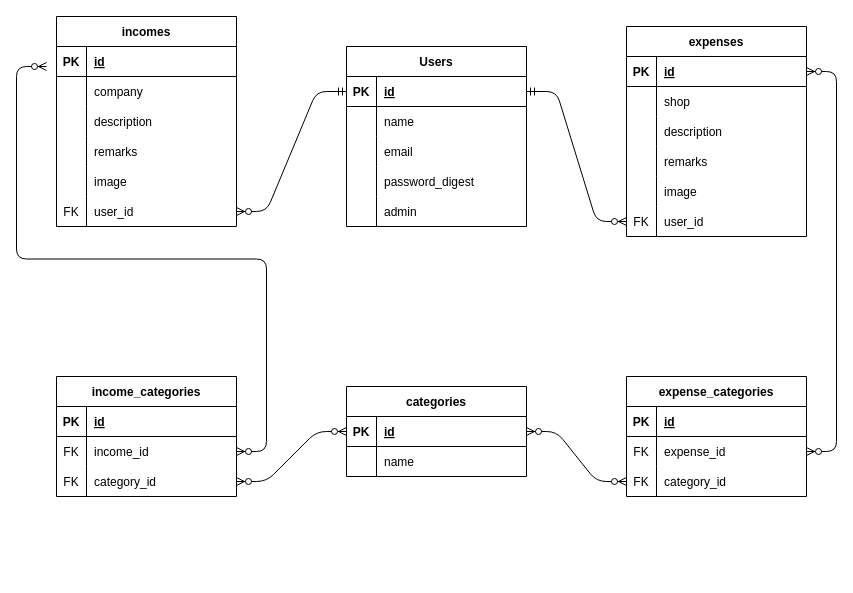
Above: docs/er_diagram.drawio in KeiSuzukiNishi/shared_household_account_book (draw.io), before the change. Source tidied: cells renumbered, new cells numbered last; positions are measured from the earlier drawing's top-left corner, leaving out a move shared by most shapes. Both pictures are drawn from the tidied source at 100%, with x=0, y=0 at pixel (46, 16).
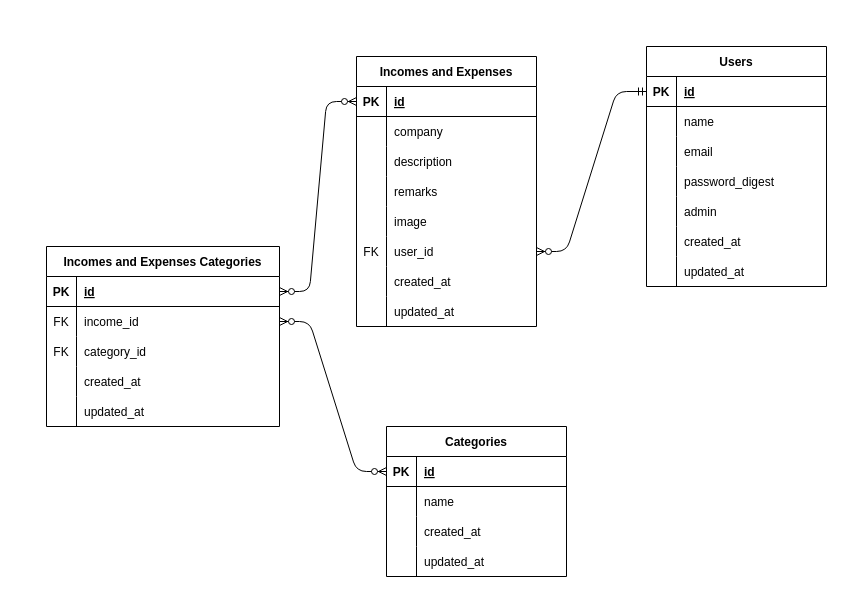
The same diagram, later.

Unchanged cells that the change refers to:
```xml
<mxCell id="3" style="shape=tableRow;horizontal=0;startSize=0;swimlaneHead=0;swimlaneBody=0;fillColor=none;points=[[0,0.5],[1,0.5]];portConstraint=eastwest;top=0;left=0;right=0;bottom=1;" parent="2" vertex="1">
  <mxGeometry y="30" width="180" height="30" as="geometry" />
</mxCell>
<mxCell id="20" style="shape=tableRow;horizontal=0;startSize=0;swimlaneHead=0;swimlaneBody=0;fillColor=none;points=[[0,0.5],[1,0.5]];portConstraint=eastwest;top=0;left=0;right=0;bottom=1;shadow=0;" parent="19" vertex="1">
  <mxGeometry y="30" width="180" height="30" as="geometry" />
</mxCell>
<mxCell id="27" style="shape=tableRow;horizontal=0;startSize=0;swimlaneHead=0;swimlaneBody=0;fillColor=none;points=[[0,0.5],[1,0.5]];portConstraint=eastwest;top=0;left=0;right=0;bottom=1;shadow=0;" parent="26" vertex="1">
  <mxGeometry y="30" width="180" height="30" as="geometry" />
</mxCell>
<mxCell id="42" style="shape=tableRow;horizontal=0;startSize=0;swimlaneHead=0;swimlaneBody=0;fillColor=none;points=[[0,0.5],[1,0.5]];portConstraint=eastwest;top=0;left=0;right=0;bottom=0;shadow=0;" parent="26" vertex="1">
  <mxGeometry y="180" width="180" height="30" as="geometry" />
</mxCell>
```

The edit, as a diff of the source:
```diff
@@
     <mxCell id="2" value="Users" style="shape=table;startSize=30;childLayout=tableLayout;rowLines=0;fontStyle=1;align=center;shadow=0;swimlaneLine=1;" parent="1" vertex="1">
-      <mxGeometry x="300" y="30" width="180" height="180" as="geometry" />
+      <mxGeometry x="600" y="30" width="180" height="240" as="geometry" />
     </mxCell>
@@
+    <mxCell id="90" style="shape=tableRow;horizontal=0;startSize=0;swimlaneHead=0;swimlaneBody=0;fillColor=none;top=0;left=0;right=0;bottom=0;" parent="2" vertex="1">
+      <mxGeometry y="180" width="180" height="30" as="geometry" />
+    </mxCell>
+    <mxCell id="91" style="shape=partialRectangle;fillColor=none;top=0;left=0;bottom=0;right=0;overflow=hidden;" parent="90" vertex="1">
+      <mxGeometry width="30" height="30" as="geometry" />
+    </mxCell>
+    <mxCell id="92" value="created_at" style="shape=partialRectangle;fillColor=none;top=0;left=0;bottom=0;right=0;align=left;spacingLeft=6;overflow=hidden;" parent="90" vertex="1">
+      <mxGeometry x="30" width="150" height="30" as="geometry" />
+    </mxCell>
+    <mxCell id="93" style="shape=tableRow;horizontal=0;startSize=0;swimlaneHead=0;swimlaneBody=0;fillColor=none;top=0;left=0;right=0;bottom=0;" parent="2" vertex="1">
+      <mxGeometry y="210" width="180" height="30" as="geometry" />
+    </mxCell>
+    <mxCell id="94" style="shape=partialRectangle;fillColor=none;top=0;left=0;bottom=0;right=0;overflow=hidden;" parent="93" vertex="1">
+      <mxGeometry width="30" height="30" as="geometry" />
+    </mxCell>
+    <mxCell id="95" value="updated_at" style="shape=partialRectangle;fillColor=none;top=0;left=0;bottom=0;right=0;align=left;spacingLeft=6;overflow=hidden;" parent="93" vertex="1">
+      <mxGeometry x="30" width="150" height="30" as="geometry" />
+    </mxCell>
@@
-    <mxCell id="19" value="categories" style="shape=table;startSize=30;childLayout=tableLayout;rowLines=0;fontStyle=1;align=center;shadow=0;" parent="1" vertex="1">
-      <mxGeometry x="300" y="370" width="180" height="90" as="geometry" />
+    <mxCell id="19" value="Categories" style="shape=table;startSize=30;childLayout=tableLayout;rowLines=0;fontStyle=1;align=center;shadow=0;" parent="1" vertex="1">
+      <mxGeometry x="340" y="410" width="180" height="150" as="geometry" />
     </mxCell>
@@
+    <mxCell id="96" style="shape=tableRow;horizontal=0;startSize=0;swimlaneHead=0;swimlaneBody=0;fillColor=none;top=0;left=0;right=0;bottom=0;shadow=0;" parent="19" vertex="1">
+      <mxGeometry y="90" width="180" height="30" as="geometry" />
+    </mxCell>
+    <mxCell id="97" style="shape=partialRectangle;fillColor=none;top=0;left=0;bottom=0;right=0;overflow=hidden;shadow=0;" parent="96" vertex="1">
+      <mxGeometry width="30" height="30" as="geometry" />
+    </mxCell>
+    <mxCell id="98" value="created_at" style="shape=partialRectangle;fillColor=none;top=0;left=0;bottom=0;right=0;align=left;spacingLeft=6;overflow=hidden;shadow=0;" parent="96" vertex="1">
+      <mxGeometry x="30" width="150" height="30" as="geometry" />
+    </mxCell>
+    <mxCell id="65" style="shape=tableRow;horizontal=0;startSize=0;swimlaneHead=0;swimlaneBody=0;fillColor=none;top=0;left=0;right=0;bottom=0;shadow=0;" parent="19" vertex="1">
+      <mxGeometry y="120" width="180" height="30" as="geometry" />
+    </mxCell>
+    <mxCell id="99" style="shape=partialRectangle;fillColor=none;top=0;left=0;bottom=0;right=0;overflow=hidden;shadow=0;" parent="65" vertex="1">
+      <mxGeometry width="30" height="30" as="geometry" />
+    </mxCell>
+    <mxCell id="100" value="updated_at" style="shape=partialRectangle;fillColor=none;top=0;left=0;bottom=0;right=0;align=left;spacingLeft=6;overflow=hidden;shadow=0;" parent="65" vertex="1">
+      <mxGeometry x="30" width="150" height="30" as="geometry" />
+    </mxCell>
-    <mxCell id="26" value="incomes" style="shape=table;startSize=30;childLayout=tableLayout;rowLines=0;fontStyle=1;align=center;shadow=0;" parent="1" vertex="1">
-      <mxGeometry x="10" width="180" height="210" as="geometry" />
+    <mxCell id="26" value="Incomes and Expenses" style="shape=table;startSize=30;childLayout=tableLayout;rowLines=0;fontStyle=1;align=center;shadow=0;" parent="1" vertex="1">
+      <mxGeometry x="310" y="40" width="180" height="270" as="geometry" />
     </mxCell>
@@
-    <mxCell id="45" value="income_categories" style="shape=table;startSize=30;childLayout=tableLayout;rowLines=0;fontStyle=1;align=center;shadow=0;" parent="1" vertex="1">
-      <mxGeometry x="10" y="360" width="180" height="120" as="geometry" />
-    </mxCell>
-    <mxCell id="46" style="shape=tableRow;horizontal=0;startSize=0;swimlaneHead=0;swimlaneBody=0;fillColor=none;top=0;left=0;right=0;bottom=1;shadow=0;" parent="45" vertex="1">
-      <mxGeometry y="30" width="180" height="30" as="geometry" />
-    </mxCell>
-    <mxCell id="47" value="PK" style="shape=partialRectangle;fillColor=none;top=0;left=0;bottom=0;right=0;fontStyle=1;overflow=hidden;shadow=0;" parent="46" vertex="1">
-      <mxGeometry width="30" height="30" as="geometry" />
-    </mxCell>
-    <mxCell id="48" value="id" style="shape=partialRectangle;fillColor=none;top=0;left=0;bottom=0;right=0;align=left;spacingLeft=6;fontStyle=5;overflow=hidden;shadow=0;" parent="46" vertex="1">
-      <mxGeometry x="30" width="150" height="30" as="geometry" />
-    </mxCell>
-    <mxCell id="49" style="shape=tableRow;horizontal=0;startSize=0;swimlaneHead=0;swimlaneBody=0;fillColor=none;points=[[0,0.5],[1,0.5]];portConstraint=eastwest;top=0;left=0;right=0;bottom=0;shadow=0;" parent="45" vertex="1">
-      <mxGeometry y="60" width="180" height="30" as="geometry" />
-    </mxCell>
-    <mxCell id="50" value="FK" style="shape=partialRectangle;fillColor=none;top=0;left=0;bottom=0;right=0;overflow=hidden;shadow=0;" parent="49" vertex="1">
-      <mxGeometry width="30" height="30" as="geometry" />
-    </mxCell>
+    <mxCell id="101" style="shape=tableRow;horizontal=0;startSize=0;swimlaneHead=0;swimlaneBody=0;fillColor=none;top=0;left=0;right=0;bottom=0;shadow=0;" parent="26" vertex="1">
+      <mxGeometry y="210" width="180" height="30" as="geometry" />
+    </mxCell>
+    <mxCell id="102" style="shape=partialRectangle;fillColor=none;top=0;left=0;bottom=0;right=0;overflow=hidden;shadow=0;" parent="101" vertex="1">
+      <mxGeometry width="30" height="30" as="geometry" />
+    </mxCell>
+    <mxCell id="103" value="created_at" style="shape=partialRectangle;fillColor=none;top=0;left=0;bottom=0;right=0;align=left;spacingLeft=6;overflow=hidden;shadow=0;" parent="101" vertex="1">
+      <mxGeometry x="30" width="150" height="30" as="geometry" />
+    </mxCell>
+    <mxCell id="104" style="shape=tableRow;horizontal=0;startSize=0;swimlaneHead=0;swimlaneBody=0;fillColor=none;top=0;left=0;right=0;bottom=0;shadow=0;" parent="26" vertex="1">
+      <mxGeometry y="240" width="180" height="30" as="geometry" />
+    </mxCell>
+    <mxCell id="105" style="shape=partialRectangle;fillColor=none;top=0;left=0;bottom=0;right=0;overflow=hidden;shadow=0;" parent="104" vertex="1">
+      <mxGeometry width="30" height="30" as="geometry" />
+    </mxCell>
+    <mxCell id="106" value="updated_at" style="shape=partialRectangle;fillColor=none;top=0;left=0;bottom=0;right=0;align=left;spacingLeft=6;overflow=hidden;shadow=0;" parent="104" vertex="1">
+      <mxGeometry x="30" width="150" height="30" as="geometry" />
+    </mxCell>
+    <mxCell id="84" style="edgeStyle=entityRelationEdgeStyle;fontSize=12;html=1;endArrow=ERzeroToMany;startArrow=ERmandOne;exitX=0;exitY=0.5;exitDx=0;exitDy=0;entryX=1;entryY=0.5;entryDx=0;entryDy=0;" parent="1" edge="1" source="3" target="42">
+      <mxGeometry relative="1" as="geometry" />
+    </mxCell>
+    <mxCell id="86" style="edgeStyle=entityRelationEdgeStyle;fontSize=12;html=1;endArrow=ERzeroToMany;endFill=1;startArrow=ERzeroToMany;exitX=1;exitY=0.5;exitDx=0;exitDy=0;entryX=0;entryY=0.5;entryDx=0;entryDy=0;" parent="1" edge="1" source="111" target="20">
+      <mxGeometry relative="1" as="geometry" />
+    </mxCell>
+    <mxCell id="88" style="edgeStyle=entityRelationEdgeStyle;fontSize=12;html=1;endArrow=ERzeroToMany;endFill=1;startArrow=ERzeroToMany;exitX=1;exitY=0.5;exitDx=0;exitDy=0;entryX=0;entryY=0.5;entryDx=0;entryDy=0;" parent="1" edge="1" source="108" target="27">
+      <mxGeometry relative="1" as="geometry" />
+    </mxCell>
+    <mxCell id="107" value="Incomes and Expenses Categories" style="shape=table;startSize=30;childLayout=tableLayout;rowLines=0;fontStyle=1;align=center;shadow=0;" parent="1" vertex="1">
+      <mxGeometry y="230" width="233" height="180" as="geometry" />
+    </mxCell>
+    <mxCell id="108" style="shape=tableRow;horizontal=0;startSize=0;swimlaneHead=0;swimlaneBody=0;fillColor=none;points=[[0,0.5],[1,0.5]];portConstraint=eastwest;top=0;left=0;right=0;bottom=1;shadow=0;" parent="107" vertex="1">
+      <mxGeometry y="30" width="233" height="30" as="geometry" />
+    </mxCell>
+    <mxCell id="109" value="PK" style="shape=partialRectangle;fillColor=none;top=0;left=0;bottom=0;right=0;fontStyle=1;overflow=hidden;shadow=0;" parent="108" vertex="1">
+      <mxGeometry width="30" height="30" as="geometry" />
+    </mxCell>
+    <mxCell id="110" value="id" style="shape=partialRectangle;fillColor=none;top=0;left=0;bottom=0;right=0;align=left;spacingLeft=6;fontStyle=5;overflow=hidden;shadow=0;" parent="108" vertex="1">
+      <mxGeometry x="30" width="203" height="30" as="geometry" />
+    </mxCell>
+    <mxCell id="111" style="shape=tableRow;horizontal=0;startSize=0;swimlaneHead=0;swimlaneBody=0;fillColor=none;points=[[0,0.5],[1,0.5]];portConstraint=eastwest;top=0;left=0;right=0;bottom=0;shadow=0;" parent="107" vertex="1">
+      <mxGeometry y="60" width="233" height="30" as="geometry" />
+    </mxCell>
+    <mxCell id="112" value="FK" style="shape=partialRectangle;fillColor=none;top=0;left=0;bottom=0;right=0;overflow=hidden;shadow=0;" parent="111" vertex="1">
+      <mxGeometry width="30" height="30" as="geometry" />
+    </mxCell>
-    <mxCell id="51" value="income_id" style="shape=partialRectangle;fillColor=none;top=0;left=0;bottom=0;right=0;align=left;spacingLeft=6;overflow=hidden;shadow=0;" parent="49" vertex="1">
-      <mxGeometry x="30" width="150" height="30" as="geometry" />
+    <mxCell id="51" value="income_id" style="shape=partialRectangle;fillColor=none;top=0;left=0;bottom=0;right=0;align=left;spacingLeft=6;overflow=hidden;shadow=0;" parent="111" vertex="1">
+      <mxGeometry x="30" width="203" height="30" as="geometry" />
     </mxCell>
-    <mxCell id="52" style="shape=tableRow;horizontal=0;startSize=0;swimlaneHead=0;swimlaneBody=0;fillColor=none;points=[[0,0.5],[1,0.5]];portConstraint=eastwest;top=0;left=0;right=0;bottom=0;shadow=0;" parent="45" vertex="1">
-      <mxGeometry y="90" width="180" height="30" as="geometry" />
-    </mxCell>
-    <mxCell id="53" value="FK" style="shape=partialRectangle;fillColor=none;top=0;left=0;bottom=0;right=0;overflow=hidden;shadow=0;" parent="52" vertex="1">
-      <mxGeometry width="30" height="30" as="geometry" />
-    </mxCell>
-    <mxCell id="54" value="category_id" style="shape=partialRectangle;fillColor=none;top=0;left=0;bottom=0;right=0;align=left;spacingLeft=6;overflow=hidden;shadow=0;" parent="52" vertex="1">
-      <mxGeometry x="30" width="150" height="30" as="geometry" />
-    </mxCell>
-    <mxCell id="55" value="expenses" style="shape=table;startSize=30;childLayout=tableLayout;rowLines=0;fontStyle=1;align=center;shadow=0;" parent="1" vertex="1">
-      <mxGeometry x="580" y="10" width="180" height="210" as="geometry" />
-    </mxCell>
-    <mxCell id="56" style="shape=tableRow;horizontal=0;startSize=0;swimlaneHead=0;swimlaneBody=0;fillColor=none;points=[[0,0.5],[1,0.5]];portConstraint=eastwest;top=0;left=0;right=0;bottom=1;shadow=0;" parent="55" vertex="1">
-      <mxGeometry y="30" width="180" height="30" as="geometry" />
-    </mxCell>
-    <mxCell id="57" value="PK" style="shape=partialRectangle;fillColor=none;top=0;left=0;bottom=0;right=0;fontStyle=1;overflow=hidden;shadow=0;" parent="56" vertex="1">
-      <mxGeometry width="30" height="30" as="geometry" />
-    </mxCell>
-    <mxCell id="58" value="id" style="shape=partialRectangle;fillColor=none;top=0;left=0;bottom=0;right=0;align=left;spacingLeft=6;fontStyle=5;overflow=hidden;shadow=0;" parent="56" vertex="1">
-      <mxGeometry x="30" width="150" height="30" as="geometry" />
-    </mxCell>
-    <mxCell id="59" style="shape=tableRow;horizontal=0;startSize=0;swimlaneHead=0;swimlaneBody=0;fillColor=none;top=0;left=0;right=0;bottom=0;shadow=0;" parent="55" vertex="1">
-      <mxGeometry y="60" width="180" height="30" as="geometry" />
-    </mxCell>
-    <mxCell id="60" style="shape=partialRectangle;fillColor=none;top=0;left=0;bottom=0;right=0;overflow=hidden;shadow=0;" parent="59" vertex="1">
-      <mxGeometry width="30" height="30" as="geometry" />
-    </mxCell>
-    <mxCell id="61" value="shop" style="shape=partialRectangle;fillColor=none;top=0;left=0;bottom=0;right=0;align=left;spacingLeft=6;overflow=hidden;shadow=0;" parent="59" vertex="1">
-      <mxGeometry x="30" width="150" height="30" as="geometry" />
-    </mxCell>
-    <mxCell id="62" style="shape=tableRow;horizontal=0;startSize=0;swimlaneHead=0;swimlaneBody=0;fillColor=none;top=0;left=0;right=0;bottom=0;shadow=0;" parent="55" vertex="1">
-      <mxGeometry y="90" width="180" height="30" as="geometry" />
-    </mxCell>
-    <mxCell id="63" style="shape=partialRectangle;fillColor=none;top=0;left=0;bottom=0;right=0;overflow=hidden;shadow=0;" parent="62" vertex="1">
-      <mxGeometry width="30" height="30" as="geometry" />
-    </mxCell>
-    <mxCell id="64" value="description" style="shape=partialRectangle;fillColor=none;top=0;left=0;bottom=0;right=0;align=left;spacingLeft=6;overflow=hidden;shadow=0;" parent="62" vertex="1">
-      <mxGeometry x="30" width="150" height="30" as="geometry" />
-    </mxCell>
-    <mxCell id="65" style="shape=tableRow;horizontal=0;startSize=0;swimlaneHead=0;swimlaneBody=0;fillColor=none;top=0;left=0;right=0;bottom=0;shadow=0;" parent="55" vertex="1">
-      <mxGeometry y="120" width="180" height="30" as="geometry" />
-    </mxCell>
-    <mxCell id="66" style="shape=partialRectangle;fillColor=none;top=0;left=0;bottom=0;right=0;overflow=hidden;shadow=0;" parent="65" vertex="1">
-      <mxGeometry width="30" height="30" as="geometry" />
-    </mxCell>
-    <mxCell id="67" value="remarks" style="shape=partialRectangle;fillColor=none;top=0;left=0;bottom=0;right=0;align=left;spacingLeft=6;overflow=hidden;shadow=0;" parent="65" vertex="1">
-      <mxGeometry x="30" width="150" height="30" as="geometry" />
-    </mxCell>
-    <mxCell id="68" style="shape=tableRow;horizontal=0;startSize=0;swimlaneHead=0;swimlaneBody=0;fillColor=none;top=0;left=0;right=0;bottom=0;shadow=0;" parent="55" vertex="1">
-      <mxGeometry y="150" width="180" height="30" as="geometry" />
-    </mxCell>
-    <mxCell id="69" style="shape=partialRectangle;fillColor=none;top=0;left=0;bottom=0;right=0;overflow=hidden;shadow=0;" parent="68" vertex="1">
-      <mxGeometry width="30" height="30" as="geometry" />
-    </mxCell>
-    <mxCell id="70" value="image" style="shape=partialRectangle;fillColor=none;top=0;left=0;bottom=0;right=0;align=left;spacingLeft=6;overflow=hidden;shadow=0;" parent="68" vertex="1">
-      <mxGeometry x="30" width="150" height="30" as="geometry" />
-    </mxCell>
-    <mxCell id="71" style="shape=tableRow;horizontal=0;startSize=0;swimlaneHead=0;swimlaneBody=0;fillColor=none;points=[[0,0.5],[1,0.5]];portConstraint=eastwest;top=0;left=0;right=0;bottom=0;shadow=0;" parent="55" vertex="1">
-      <mxGeometry y="180" width="180" height="30" as="geometry" />
-    </mxCell>
-    <mxCell id="72" value="FK" style="shape=partialRectangle;fillColor=none;top=0;left=0;bottom=0;right=0;overflow=hidden;shadow=0;" parent="71" vertex="1">
-      <mxGeometry width="30" height="30" as="geometry" />
-    </mxCell>
-    <mxCell id="73" value="user_id" style="shape=partialRectangle;fillColor=none;top=0;left=0;bottom=0;right=0;align=left;spacingLeft=6;overflow=hidden;shadow=0;" parent="71" vertex="1">
-      <mxGeometry x="30" width="150" height="30" as="geometry" />
-    </mxCell>
-    <mxCell id="74" value="expense_categories" style="shape=table;startSize=30;childLayout=tableLayout;rowLines=0;fontStyle=1;align=center;shadow=0;" parent="1" vertex="1">
-      <mxGeometry x="580" y="360" width="180" height="120" as="geometry" />
-    </mxCell>
-    <mxCell id="75" style="shape=tableRow;horizontal=0;startSize=0;swimlaneHead=0;swimlaneBody=0;fillColor=none;top=0;left=0;right=0;bottom=1;shadow=0;" parent="74" vertex="1">
-      <mxGeometry y="30" width="180" height="30" as="geometry" />
-    </mxCell>
-    <mxCell id="76" value="PK" style="shape=partialRectangle;fillColor=none;top=0;left=0;bottom=0;right=0;fontStyle=1;overflow=hidden;shadow=0;" parent="75" vertex="1">
-      <mxGeometry width="30" height="30" as="geometry" />
-    </mxCell>
-    <mxCell id="77" value="id" style="shape=partialRectangle;fillColor=none;top=0;left=0;bottom=0;right=0;align=left;spacingLeft=6;fontStyle=5;overflow=hidden;shadow=0;" parent="75" vertex="1">
-      <mxGeometry x="30" width="150" height="30" as="geometry" />
-    </mxCell>
-    <mxCell id="78" style="shape=tableRow;horizontal=0;startSize=0;swimlaneHead=0;swimlaneBody=0;fillColor=none;points=[[0,0.5],[1,0.5]];portConstraint=eastwest;top=0;left=0;right=0;bottom=0;shadow=0;" parent="74" vertex="1">
-      <mxGeometry y="60" width="180" height="30" as="geometry" />
-    </mxCell>
-    <mxCell id="79" value="FK" style="shape=partialRectangle;fillColor=none;top=0;left=0;bottom=0;right=0;overflow=hidden;shadow=0;" parent="78" vertex="1">
-      <mxGeometry width="30" height="30" as="geometry" />
-    </mxCell>
-    <mxCell id="80" value="expense_id" style="shape=partialRectangle;fillColor=none;top=0;left=0;bottom=0;right=0;align=left;spacingLeft=6;overflow=hidden;shadow=0;" parent="78" vertex="1">
-      <mxGeometry x="30" width="150" height="30" as="geometry" />
-    </mxCell>
-    <mxCell id="81" style="shape=tableRow;horizontal=0;startSize=0;swimlaneHead=0;swimlaneBody=0;fillColor=none;points=[[0,0.5],[1,0.5]];portConstraint=eastwest;top=0;left=0;right=0;bottom=0;shadow=0;" parent="74" vertex="1">
-      <mxGeometry y="90" width="180" height="30" as="geometry" />
-    </mxCell>
-    <mxCell id="82" value="FK" style="shape=partialRectangle;fillColor=none;top=0;left=0;bottom=0;right=0;overflow=hidden;shadow=0;" parent="81" vertex="1">
-      <mxGeometry width="30" height="30" as="geometry" />
-    </mxCell>
-    <mxCell id="83" value="category_id" style="shape=partialRectangle;fillColor=none;top=0;left=0;bottom=0;right=0;align=left;spacingLeft=6;overflow=hidden;shadow=0;" parent="81" vertex="1">
-      <mxGeometry x="30" width="150" height="30" as="geometry" />
-    </mxCell>
-    <mxCell id="84" style="edgeStyle=entityRelationEdgeStyle;fontSize=12;html=1;endArrow=ERzeroToMany;startArrow=ERmandOne;exitX=0;exitY=0.5;exitDx=0;exitDy=0;entryX=1;entryY=0.5;entryDx=0;entryDy=0;" parent="1" edge="1" source="3" target="42">
-      <mxGeometry relative="1" as="geometry" />
-    </mxCell>
-    <mxCell id="85" style="edgeStyle=entityRelationEdgeStyle;fontSize=12;html=1;endArrow=ERzeroToMany;startArrow=ERmandOne;exitX=1;exitY=0.5;exitDx=0;exitDy=0;entryX=0;entryY=0.5;entryDx=0;entryDy=0;" parent="1" edge="1" source="3" target="71">
-      <mxGeometry relative="1" as="geometry" />
-    </mxCell>
-    <mxCell id="86" style="edgeStyle=entityRelationEdgeStyle;fontSize=12;html=1;endArrow=ERzeroToMany;endFill=1;startArrow=ERzeroToMany;exitX=1;exitY=0.5;exitDx=0;exitDy=0;entryX=0;entryY=0.5;entryDx=0;entryDy=0;" parent="1" edge="1" source="52" target="20">
-      <mxGeometry relative="1" as="geometry" />
-    </mxCell>
-    <mxCell id="87" style="edgeStyle=entityRelationEdgeStyle;fontSize=12;html=1;endArrow=ERzeroToMany;endFill=1;startArrow=ERzeroToMany;entryX=0;entryY=0.5;entryDx=0;entryDy=0;" parent="1" edge="1" source="20" target="81">
-      <mxGeometry relative="1" as="geometry" />
-    </mxCell>
-    <mxCell id="88" style="edgeStyle=entityRelationEdgeStyle;fontSize=12;html=1;endArrow=ERzeroToMany;endFill=1;startArrow=ERzeroToMany;" parent="1" edge="1" source="49">
-      <mxGeometry relative="1" as="geometry">
-        <mxPoint y="50" as="targetPoint" />
-      </mxGeometry>
-    </mxCell>
-    <mxCell id="89" style="edgeStyle=entityRelationEdgeStyle;fontSize=12;html=1;endArrow=ERzeroToMany;endFill=1;startArrow=ERzeroToMany;entryX=1;entryY=0.5;entryDx=0;entryDy=0;" parent="1" edge="1" source="78" target="56">
-      <mxGeometry relative="1" as="geometry" />
-    </mxCell>
+    <mxCell id="113" style="shape=tableRow;horizontal=0;startSize=0;swimlaneHead=0;swimlaneBody=0;fillColor=none;top=0;left=0;right=0;bottom=0;shadow=0;" parent="107" vertex="1">
+      <mxGeometry y="90" width="233" height="30" as="geometry" />
+    </mxCell>
+    <mxCell id="114" value="FK" style="shape=partialRectangle;fillColor=none;top=0;left=0;bottom=0;right=0;overflow=hidden;shadow=0;" parent="113" vertex="1">
+      <mxGeometry width="30" height="30" as="geometry" />
+    </mxCell>
+    <mxCell id="115" value="category_id" style="shape=partialRectangle;fillColor=none;top=0;left=0;bottom=0;right=0;align=left;spacingLeft=6;overflow=hidden;shadow=0;" parent="113" vertex="1">
+      <mxGeometry x="30" width="203" height="30" as="geometry" />
+    </mxCell>
+    <mxCell id="116" style="shape=tableRow;horizontal=0;startSize=0;swimlaneHead=0;swimlaneBody=0;fillColor=none;top=0;left=0;right=0;bottom=0;shadow=0;" parent="107" vertex="1">
+      <mxGeometry y="120" width="233" height="30" as="geometry" />
+    </mxCell>
+    <mxCell id="117" style="shape=partialRectangle;fillColor=none;top=0;left=0;bottom=0;right=0;overflow=hidden;shadow=0;" parent="116" vertex="1">
+      <mxGeometry width="30" height="30" as="geometry" />
+    </mxCell>
+    <mxCell id="118" value="created_at" style="shape=partialRectangle;fillColor=none;top=0;left=0;bottom=0;right=0;align=left;spacingLeft=6;overflow=hidden;shadow=0;" parent="116" vertex="1">
+      <mxGeometry x="30" width="203" height="30" as="geometry" />
+    </mxCell>
+    <mxCell id="119" style="shape=tableRow;horizontal=0;startSize=0;swimlaneHead=0;swimlaneBody=0;fillColor=none;top=0;left=0;right=0;bottom=0;shadow=0;" parent="107" vertex="1">
+      <mxGeometry y="150" width="233" height="30" as="geometry" />
+    </mxCell>
+    <mxCell id="120" style="shape=partialRectangle;fillColor=none;top=0;left=0;bottom=0;right=0;overflow=hidden;shadow=0;" parent="119" vertex="1">
+      <mxGeometry width="30" height="30" as="geometry" />
+    </mxCell>
+    <mxCell id="121" value="updated_at" style="shape=partialRectangle;fillColor=none;top=0;left=0;bottom=0;right=0;align=left;spacingLeft=6;overflow=hidden;shadow=0;" parent="119" vertex="1">
+      <mxGeometry x="30" width="203" height="30" as="geometry" />
+    </mxCell>
```
